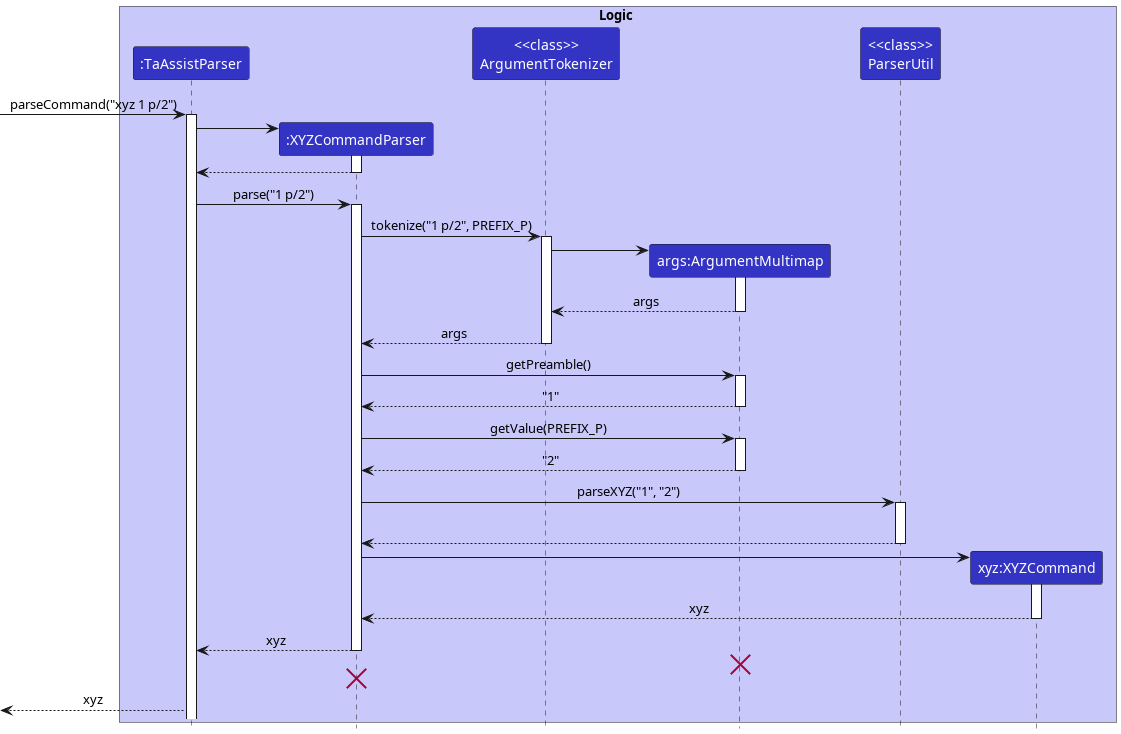
Earlier version of the PlantUML export docs/images/XYZCommandParserSequenceDiagram.png (nus-cs2103-AY2223S1/tp).
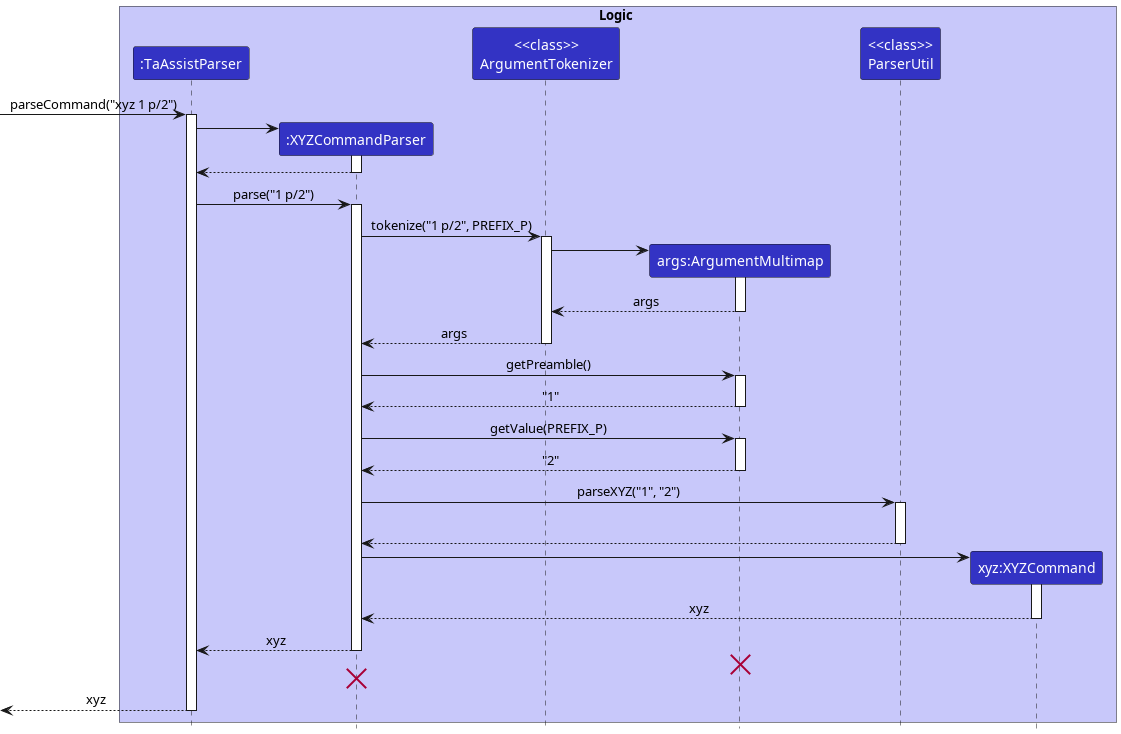
The same diagram one commit later.

Commit message:
Fix grading, parsing, view sequence diagram lifeline

Diff of the diagram source:
```diff
@@ -72,5 +72,6 @@
 destroy XYZCommandParser
 
 TaAssistParser -->[: xyz
+deactivate TaAssistParser
 
 @enduml
```
